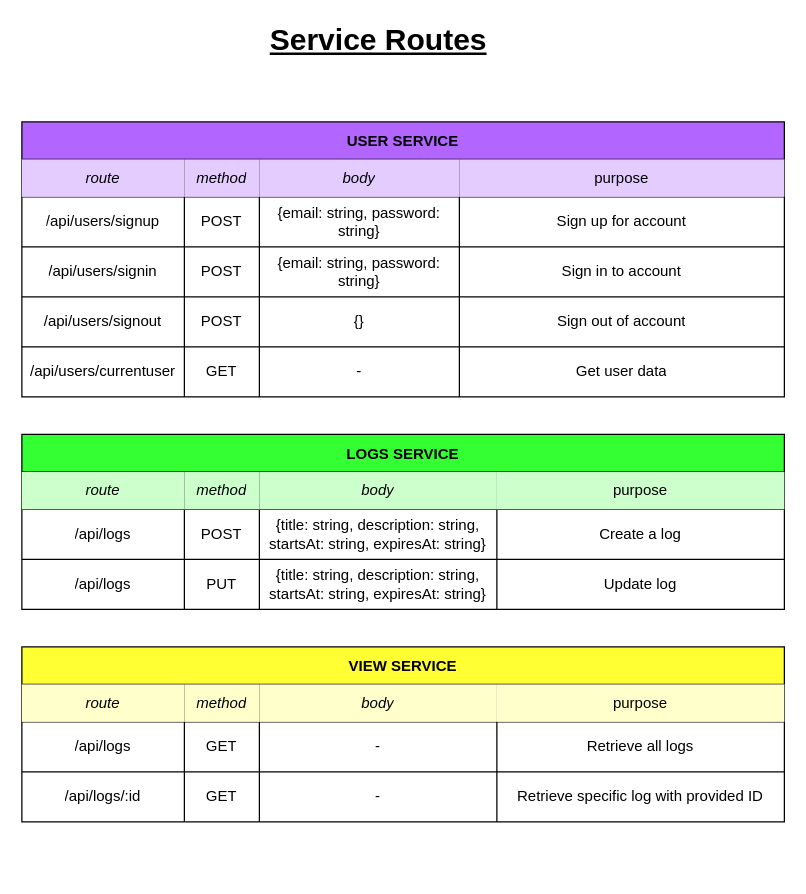
Above: page "Service Routes" (2 of 5) of diagrams/service-events.drawio in berkan-alci/contest-freelancer (draw.io), before the change. Source tidied: cells renumbered, new cells numbered last; positions are measured from the earlier drawing's top-left corner, leaving out a move shared by most shapes. Both pictures are drawn from the tidied source at 125%, with x=0, y=0 at pixel (21, 21).
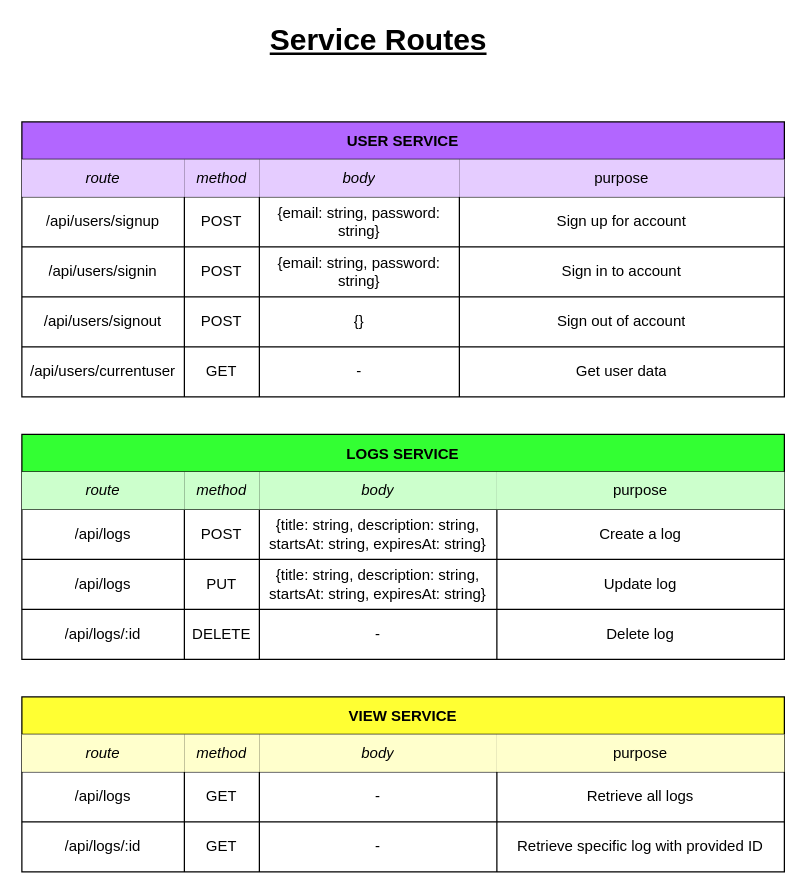
The same diagram, later.

The edit, as a diff of the source:
```diff
@@
     <mxCell id="29" value="LOGS SERVICE" style="shape=table;startSize=30;childLayout=tableLayout;fontSize=12;strokeColor=#000000;fillColor=#33FF33;fontStyle=1;" parent="1" vertex="1">
-      <mxGeometry y="330" width="610" height="140" as="geometry" />
+      <mxGeometry y="330" width="610" height="180" as="geometry" />
     </mxCell>
@@
+    <mxCell id="61" style="shape=tableRow;horizontal=0;startSize=0;swimlaneHead=0;swimlaneBody=0;top=0;left=0;bottom=0;right=0;fillColor=none;fontSize=12;strokeColor=#000000;" parent="29" vertex="1">
+      <mxGeometry y="140" width="610" height="40" as="geometry" />
+    </mxCell>
+    <mxCell id="62" value="/api/logs/:id" style="shape=partialRectangle;html=1;whiteSpace=wrap;overflow=hidden;fillColor=none;top=0;left=0;bottom=0;right=0;fontSize=12;strokeColor=#000000;" parent="61" vertex="1">
+      <mxGeometry width="130" height="40" as="geometry" />
+    </mxCell>
+    <mxCell id="63" value="DELETE" style="shape=partialRectangle;html=1;whiteSpace=wrap;overflow=hidden;fillColor=none;top=0;left=0;bottom=0;right=0;fontSize=12;strokeColor=#000000;" parent="61" vertex="1">
+      <mxGeometry x="130" width="60" height="40" as="geometry" />
+    </mxCell>
+    <mxCell id="64" value="-" style="shape=partialRectangle;html=1;whiteSpace=wrap;overflow=hidden;fillColor=none;top=0;left=0;bottom=0;right=0;fontSize=12;strokeColor=#000000;" parent="61" vertex="1">
+      <mxGeometry x="190" width="190" height="40" as="geometry" />
+    </mxCell>
+    <mxCell id="65" value="Delete log" style="shape=partialRectangle;html=1;whiteSpace=wrap;overflow=hidden;fillColor=none;top=0;left=0;bottom=0;right=0;fontSize=12;strokeColor=#000000;" parent="61" vertex="1">
+      <mxGeometry x="380" width="230" height="40" as="geometry" />
+    </mxCell>
     <mxCell id="45" value="VIEW SERVICE" style="shape=table;startSize=30;childLayout=tableLayout;fontSize=12;strokeColor=#000000;fillColor=#FFFF33;fontStyle=1;" parent="1" vertex="1">
-      <mxGeometry y="500" width="610" height="140" as="geometry" />
+      <mxGeometry y="540" width="610" height="140" as="geometry" />
     </mxCell>
```
